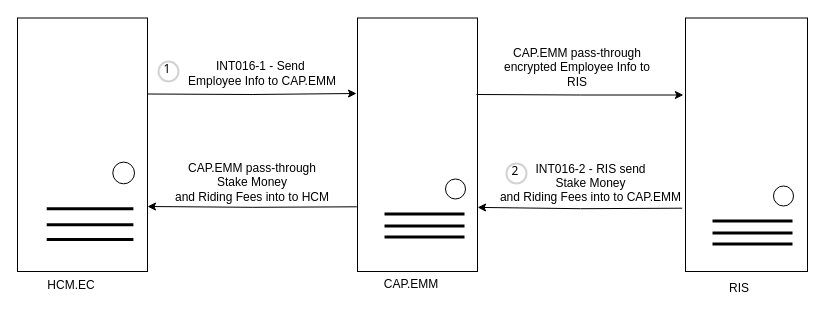
Above: page "RIS" (11 of 19) of Untitled Diagram.drawio in wsxad234/flowchart (draw.io), before the change. Source tidied: cells renumbered, new cells numbered last; positions are measured from the earlier drawing's top-left corner, leaving out a move shared by most shapes. Both pictures are drawn from the tidied source at 100%, with x=0, y=0 at pixel (17, 17).
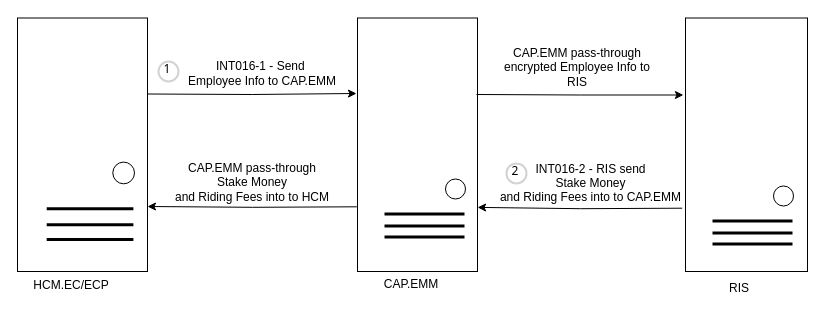
The same page after the edit.

Diff of the diagram source:
```diff
@@
-    <mxCell id="2" value="HCM.EC" style="text;html=1;strokeColor=none;fillColor=none;align=center;verticalAlign=middle;whiteSpace=wrap;rounded=0;" parent="1" vertex="1">
+    <mxCell id="2" value="HCM.EC/ECP" style="text;html=1;strokeColor=none;fillColor=none;align=center;verticalAlign=middle;whiteSpace=wrap;rounded=0;" parent="1" vertex="1">
       <mxGeometry x="24" y="252.5" width="60" height="30" as="geometry" />
     </mxCell>
```
